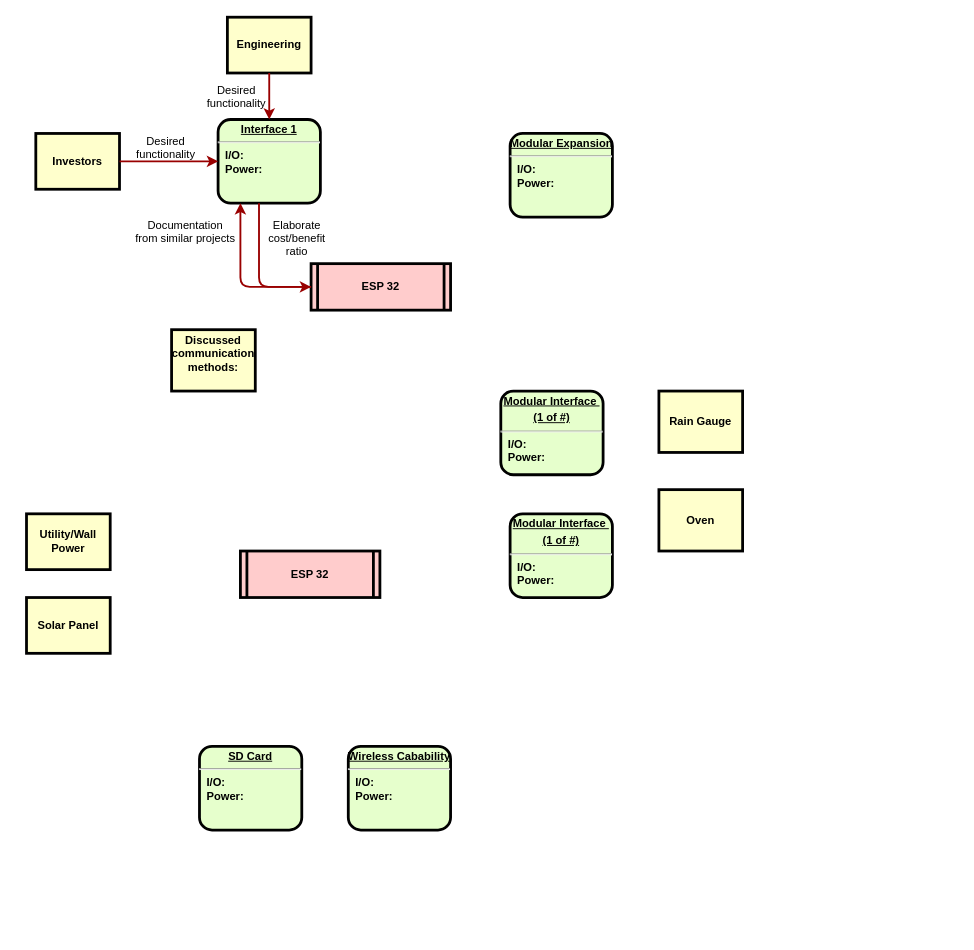
Before: Concept.drawio in cedric-pannell/TempEMIControlBoard, a draw.io diagram. Source tidied: cells renumbered, new cells numbered last; positions are measured from the earlier drawing's top-left corner, leaving out a move shared by most shapes. Both pictures are drawn from the tidied source at 93%, with x=0, y=0 at pixel (26, 17).
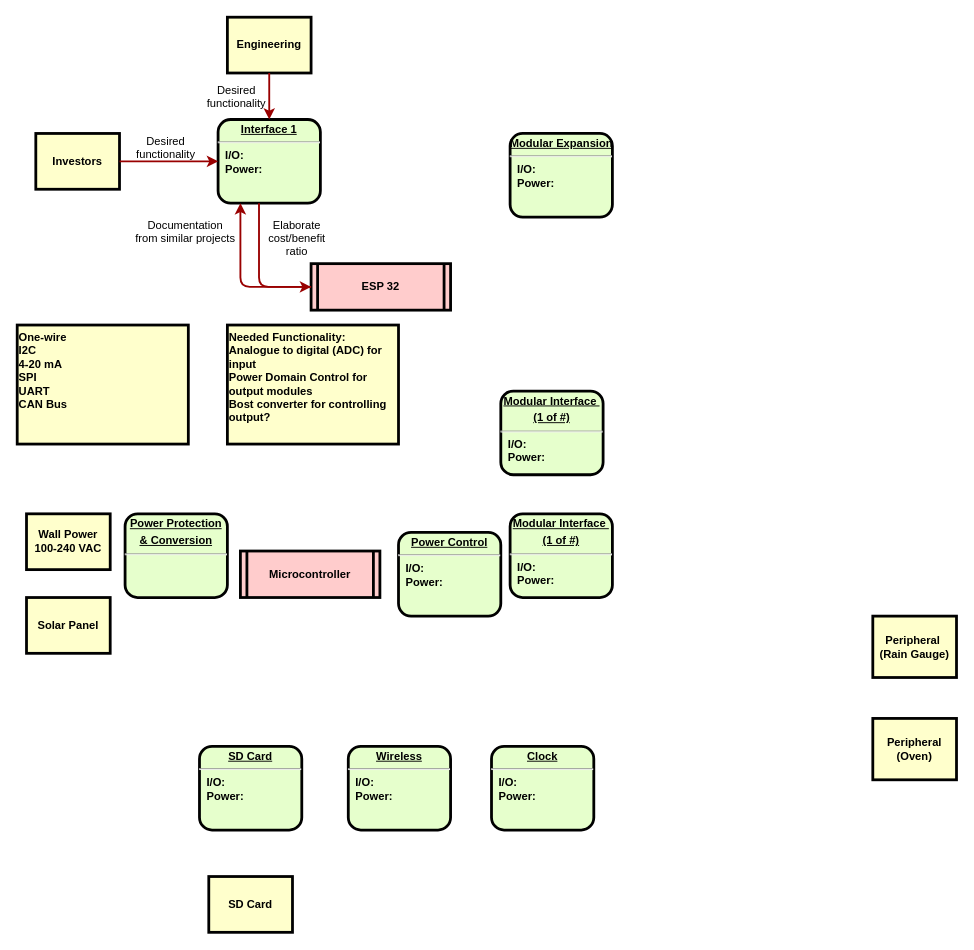
The same page after the edit.

What changed in the source:
```diff
@@
-    <mxCell id="14" value="&lt;p style=&quot;margin: 0px; margin-top: 4px; text-align: center; text-decoration: underline;&quot;&gt;Wireless Cabability&lt;/p&gt;&lt;hr&gt;&lt;p style=&quot;text-align: left; margin: 0px 0px 0px 8px;&quot;&gt;&lt;span style=&quot;background-color: initial;&quot;&gt;I/O:&lt;/span&gt;&lt;/p&gt;&lt;p style=&quot;text-align: left; margin: 0px 0px 0px 8px;&quot;&gt;&lt;span style=&quot;background-color: initial;&quot;&gt;Power:&lt;/span&gt;&lt;/p&gt;" style="verticalAlign=middle;align=center;overflow=fill;fontSize=12;fontFamily=Helvetica;html=1;rounded=1;fontStyle=1;strokeWidth=3;fillColor=#E6FFCC;" parent="1" vertex="1">
+    <mxCell id="14" value="&lt;p style=&quot;margin: 0px; margin-top: 4px; text-align: center; text-decoration: underline;&quot;&gt;Wireless&lt;/p&gt;&lt;hr&gt;&lt;p style=&quot;text-align: left; margin: 0px 0px 0px 8px;&quot;&gt;&lt;span style=&quot;background-color: initial;&quot;&gt;I/O:&lt;/span&gt;&lt;/p&gt;&lt;p style=&quot;text-align: left; margin: 0px 0px 0px 8px;&quot;&gt;&lt;span style=&quot;background-color: initial;&quot;&gt;Power:&lt;/span&gt;&lt;/p&gt;" style="verticalAlign=middle;align=center;overflow=fill;fontSize=12;fontFamily=Helvetica;html=1;rounded=1;fontStyle=1;strokeWidth=3;fillColor=#E6FFCC;" parent="1" vertex="1">
       <mxGeometry x="346" y="784" width="110" height="90" as="geometry" />
     </mxCell>
@@
-    <mxCell id="18" value="Rain Gauge" style="whiteSpace=wrap;align=center;verticalAlign=middle;fontStyle=1;strokeWidth=3;fillColor=#FFFFCC;" parent="1" vertex="1">
-      <mxGeometry x="680" y="402" width="90" height="66" as="geometry" />
+    <mxCell id="18" value="Peripheral &#10;(Rain Gauge)" style="whiteSpace=wrap;align=center;verticalAlign=middle;fontStyle=1;strokeWidth=3;fillColor=#FFFFCC;" parent="1" vertex="1">
+      <mxGeometry x="910" y="644" width="90" height="66" as="geometry" />
     </mxCell>
-    <mxCell id="19" value="Oven" style="whiteSpace=wrap;align=center;verticalAlign=middle;fontStyle=1;strokeWidth=3;fillColor=#FFFFCC;" parent="1" vertex="1">
-      <mxGeometry x="680" y="508" width="90" height="66" as="geometry" />
+    <mxCell id="19" value="Peripheral (Oven)" style="whiteSpace=wrap;align=center;verticalAlign=middle;fontStyle=1;strokeWidth=3;fillColor=#FFFFCC;" parent="1" vertex="1">
+      <mxGeometry x="910" y="754" width="90" height="66" as="geometry" />
     </mxCell>
-    <mxCell id="20" value="Utility/Wall Power" style="whiteSpace=wrap;align=center;verticalAlign=middle;fontStyle=1;strokeWidth=3;fillColor=#FFFFCC;" parent="1" vertex="1">
+    <mxCell id="20" value="Wall Power&#10;100-240 VAC" style="whiteSpace=wrap;align=center;verticalAlign=middle;fontStyle=1;strokeWidth=3;fillColor=#FFFFCC;" parent="1" vertex="1">
       <mxGeometry y="534" width="90" height="60" as="geometry" />
     </mxCell>
@@
-    <mxCell id="22" value="ESP 32" style="shape=process;whiteSpace=wrap;align=center;verticalAlign=middle;size=0.0475;fontStyle=1;strokeWidth=3;fillColor=#FFCCCC;" parent="1" vertex="1">
+    <mxCell id="22" value="Microcontroller" style="shape=process;whiteSpace=wrap;align=center;verticalAlign=middle;size=0.0475;fontStyle=1;strokeWidth=3;fillColor=#FFCCCC;" parent="1" vertex="1">
       <mxGeometry x="230" y="574" width="150" height="50" as="geometry" />
     </mxCell>
@@
-    <mxCell id="24" value="Discussed communication methods:&#10;" style="whiteSpace=wrap;align=center;verticalAlign=middle;fontStyle=1;strokeWidth=3;fillColor=#FFFFCC;" parent="1" vertex="1">
-      <mxGeometry x="156" y="336" width="90" height="66" as="geometry" />
+    <mxCell id="24" value="One-wire&#10;I2C&#10;4-20 mA&#10;SPI&#10;UART&#10;CAN Bus&#10;&#10;&#10;&#10;" style="whiteSpace=wrap;align=left;verticalAlign=top;fontStyle=1;strokeWidth=3;fillColor=#FFFFCC;" parent="1" vertex="1">
+      <mxGeometry x="-10" y="331" width="184" height="128" as="geometry" />
     </mxCell>
+    <mxCell id="25" value="&lt;p style=&quot;margin: 0px; margin-top: 4px; text-align: center; text-decoration: underline;&quot;&gt;Power Control&lt;/p&gt;&lt;hr&gt;&lt;p style=&quot;text-align: left; margin: 0px 0px 0px 8px;&quot;&gt;&lt;span style=&quot;background-color: initial;&quot;&gt;I/O:&lt;/span&gt;&lt;/p&gt;&lt;p style=&quot;text-align: left; margin: 0px 0px 0px 8px;&quot;&gt;&lt;span style=&quot;background-color: initial;&quot;&gt;Power:&lt;/span&gt;&lt;/p&gt;" style="verticalAlign=middle;align=center;overflow=fill;fontSize=12;fontFamily=Helvetica;html=1;rounded=1;fontStyle=1;strokeWidth=3;fillColor=#E6FFCC;" parent="1" vertex="1">
+      <mxGeometry x="400" y="554" width="110" height="90" as="geometry" />
+    </mxCell>
+    <mxCell id="26" value="Needed Functionality:&#10;Analogue to digital (ADC) for input&#10;Power Domain Control for output modules&#10;Bost converter for controlling output?&#10;&#10;&#10;" style="whiteSpace=wrap;align=left;verticalAlign=top;fontStyle=1;strokeWidth=3;fillColor=#FFFFCC;" parent="1" vertex="1">
+      <mxGeometry x="216" y="331" width="184" height="128" as="geometry" />
+    </mxCell>
+    <mxCell id="27" value="&lt;p style=&quot;margin: 0px; margin-top: 4px; text-align: center; text-decoration: underline;&quot;&gt;Clock&lt;/p&gt;&lt;hr&gt;&lt;p style=&quot;text-align: left; margin: 0px 0px 0px 8px;&quot;&gt;&lt;span style=&quot;background-color: initial;&quot;&gt;I/O:&lt;/span&gt;&lt;/p&gt;&lt;p style=&quot;text-align: left; margin: 0px 0px 0px 8px;&quot;&gt;&lt;span style=&quot;background-color: initial;&quot;&gt;Power:&lt;/span&gt;&lt;/p&gt;" style="verticalAlign=middle;align=center;overflow=fill;fontSize=12;fontFamily=Helvetica;html=1;rounded=1;fontStyle=1;strokeWidth=3;fillColor=#E6FFCC;" parent="1" vertex="1">
+      <mxGeometry x="500" y="784" width="110" height="90" as="geometry" />
+    </mxCell>
+    <mxCell id="28" value="&lt;p style=&quot;margin: 0px; margin-top: 4px; text-align: center; text-decoration: underline;&quot;&gt;Power Protection&lt;/p&gt;&lt;p style=&quot;margin: 0px; margin-top: 4px; text-align: center; text-decoration: underline;&quot;&gt;&amp;amp; Conversion&lt;/p&gt;&lt;hr&gt;&lt;p style=&quot;text-align: left; margin: 0px 0px 0px 8px;&quot;&gt;&lt;br&gt;&lt;/p&gt;" style="verticalAlign=middle;align=center;overflow=fill;fontSize=12;fontFamily=Helvetica;html=1;rounded=1;fontStyle=1;strokeWidth=3;fillColor=#E6FFCC;" parent="1" vertex="1">
+      <mxGeometry x="106" y="534" width="110" height="90" as="geometry" />
+    </mxCell>
+    <mxCell id="29" value="SD Card" style="whiteSpace=wrap;align=center;verticalAlign=middle;fontStyle=1;strokeWidth=3;fillColor=#FFFFCC;" parent="1" vertex="1">
+      <mxGeometry x="196" y="924" width="90" height="60" as="geometry" />
+    </mxCell>
```
